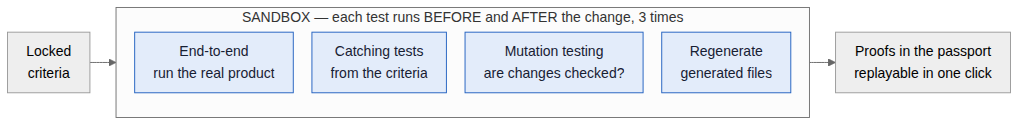
Before: livrable/diagrams/evidence.png, a diagram exported from Mermaid (Thomas-Sks/change-passport). Its source is kept beside it as livrable/diagrams/evidence.mmd.
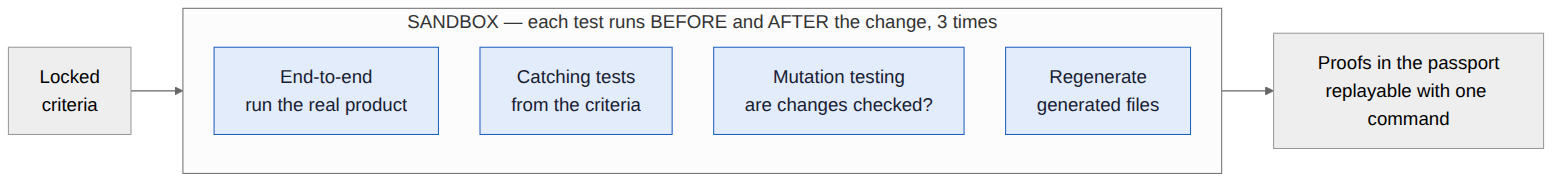
Above is the later version.

What changed in the source:
```diff
@@ -6,6 +6,6 @@
     M["Mutation testing<br/>are changes checked?"]
     G["Regenerate<br/>generated files"]
   end
-  BOX --> OUT["Proofs in the passport<br/>replayable in one click"]
+  BOX --> OUT["Proofs in the passport<br/>replayable with one command"]
   classDef box fill:#e3ecfa,stroke:#1f5fbf,color:#172033
   class E,C,M,G box
```
